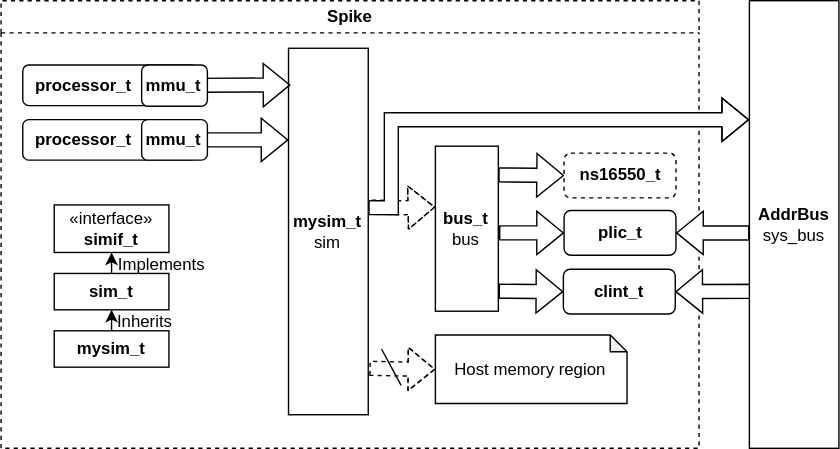
DreamChaser-luzeyu/MyPic keeps this draw.io diagram as SVG/Emu_SpikeIntegration.drawio.svg. Above is the earlier version. Source tidied: cells renumbered, new cells last; positions are measured from the earlier drawing's top-left corner, leaving out a move shared by most shapes.
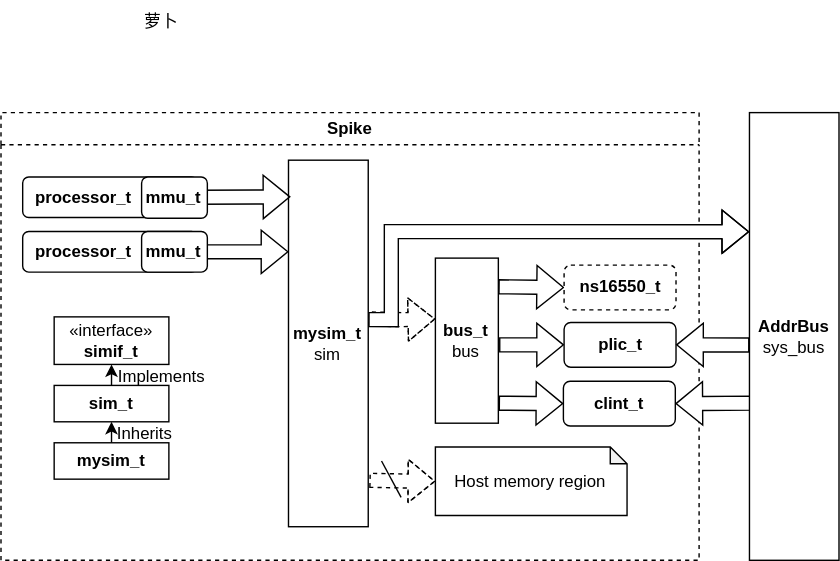
After the change.

Diff of the diagram source:
```diff
@@ -108,5 +108,8 @@
         <mxPoint x="272" y="249" as="targetPoint" />
       </mxGeometry>
     </mxCell>
+    <mxCell id="32" value="萝卜" style="text;html=1;align=center;verticalAlign=middle;whiteSpace=wrap;rounded=0;" parent="1" vertex="1">
+      <mxGeometry x="85" y="-80" width="60" height="30" as="geometry" />
+    </mxCell>
   </root>
 </mxGraphModel>
```
